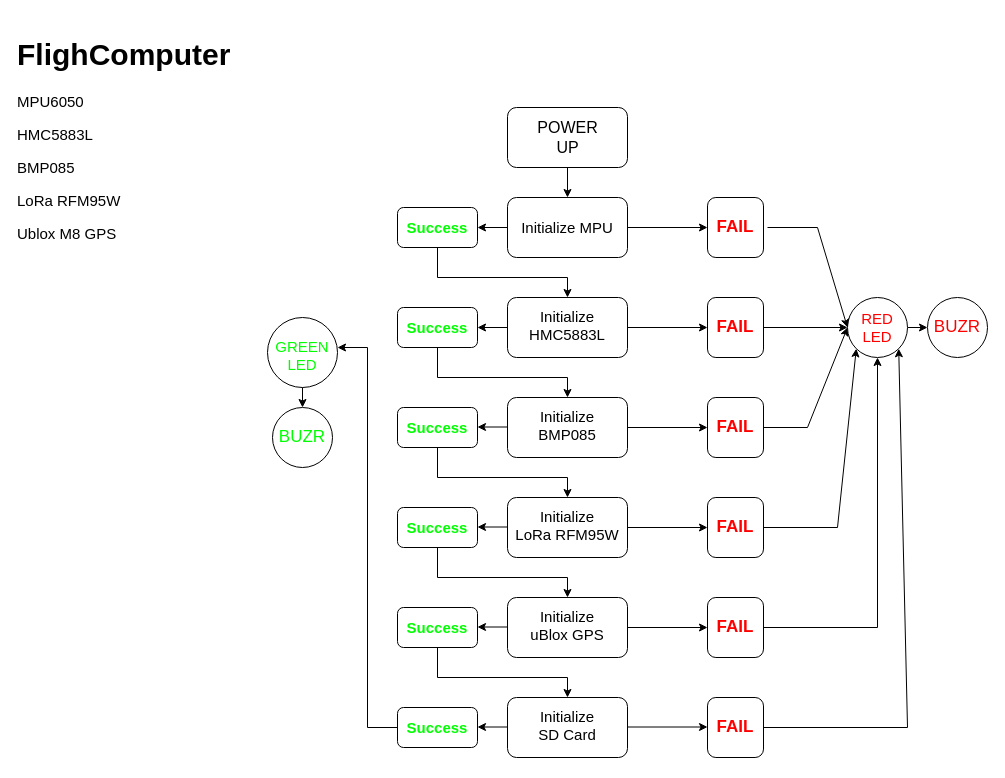
Earlier version of the draw.io diagram Untitled Diagram.drawio (svetgeorgiev/RevoTor). Source tidied: cells renumbered, new cells numbered last; positions are measured from the earlier drawing's top-left corner, leaving out a move shared by most shapes. Both pictures are drawn from the tidied source at 100%, with x=0, y=0 at pixel (17, 27).
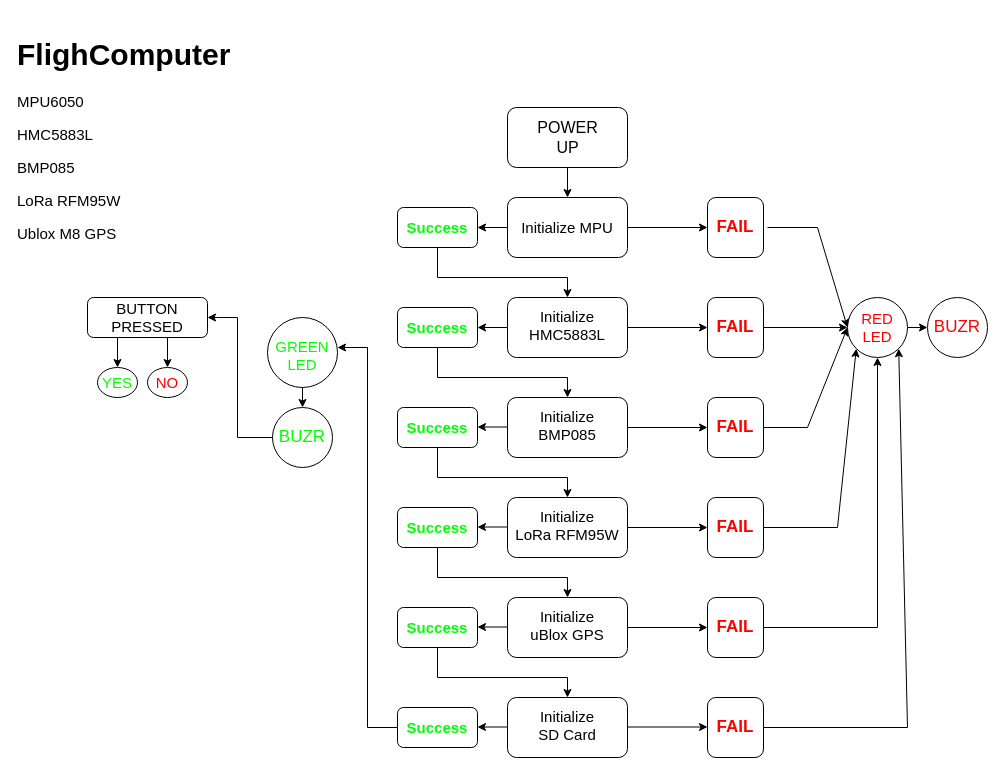
Above is the later version.

The change refers to these unchanged cells:
```xml
<mxCell id="53" value="BUZR" style="ellipse;whiteSpace=wrap;html=1;fontSize=17;fontColor=#00FF00;" parent="1" vertex="1">
  <mxGeometry x="255" y="380" width="60" height="60" as="geometry" />
</mxCell>
```

The edit, as a diff of the source:
```diff
@@
+    <mxCell id="55" style="endArrow=classic;html=1;rounded=0;exitX=0;exitY=0.5;exitDx=0;exitDy=0;" parent="1" edge="1" source="53">
+      <mxGeometry relative="1" as="geometry">
+        <mxPoint x="190" y="290" as="targetPoint" />
+        <Array as="points">
+          <mxPoint x="220" y="410" />
+          <mxPoint x="220" y="290" />
+          <mxPoint x="200" y="290" />
+        </Array>
+      </mxGeometry>
+    </mxCell>
+    <mxCell id="56" value="&lt;div style=&quot;font-size: 15px;&quot;&gt;&lt;font style=&quot;font-size: 15px;&quot;&gt;BUTTON &lt;br&gt;&lt;/font&gt;&lt;/div&gt;&lt;div style=&quot;font-size: 15px;&quot;&gt;&lt;font style=&quot;font-size: 15px;&quot;&gt;PRESSED&lt;/font&gt;&lt;/div&gt;" style="rounded=1;whiteSpace=wrap;html=1;" parent="1" vertex="1">
+      <mxGeometry x="70" y="270" width="120" height="40" as="geometry" />
+    </mxCell>
+    <mxCell id="57" style="endArrow=classic;html=1;rounded=0;fontSize=15;exitX=0.25;exitY=1;exitDx=0;exitDy=0;entryX=0.5;entryY=0;entryDx=0;entryDy=0;" parent="1" edge="1" source="56" target="60">
+      <mxGeometry relative="1" as="geometry" />
+    </mxCell>
+    <mxCell id="58" style="endArrow=classic;html=1;rounded=0;fontSize=15;entryX=0.5;entryY=0;entryDx=0;entryDy=0;" parent="1" edge="1" target="59">
+      <mxGeometry relative="1" as="geometry">
+        <mxPoint x="150" y="310" as="sourcePoint" />
+      </mxGeometry>
+    </mxCell>
+    <mxCell id="59" value="&lt;font color=&quot;#FF0000&quot;&gt;NO&lt;/font&gt;" style="ellipse;whiteSpace=wrap;html=1;fontSize=15;" parent="1" vertex="1">
+      <mxGeometry x="130" y="340" width="40" height="30" as="geometry" />
+    </mxCell>
+    <mxCell id="60" value="&lt;font color=&quot;#00FF00&quot;&gt;YES&lt;/font&gt;" style="ellipse;whiteSpace=wrap;html=1;fontSize=15;" parent="1" vertex="1">
+      <mxGeometry x="80" y="340" width="40" height="30" as="geometry" />
+    </mxCell>
```
